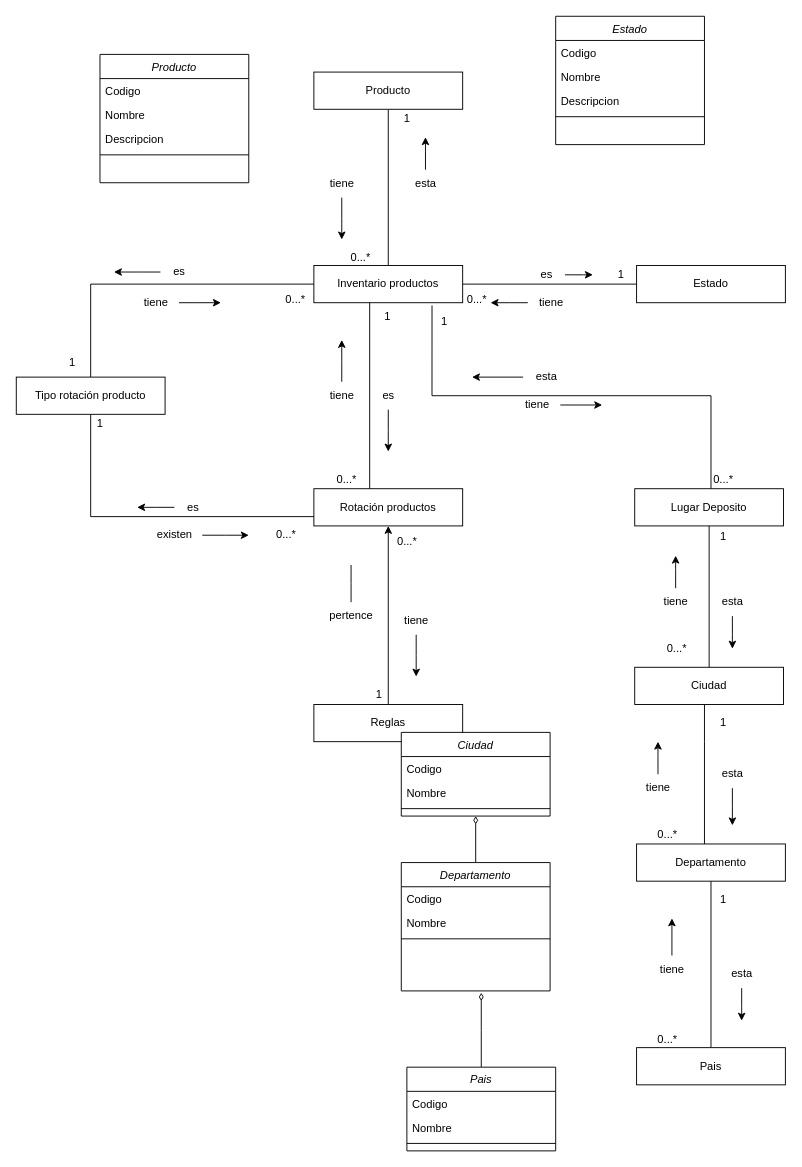
DOOPan2022/Presupuesto keeps this draw.io diagram as Extraclase/Modelo de dominio/Modelo de dominio detallado/detallado.drawio. Above is the earlier version. Source tidied: cells renumbered, new cells numbered last; positions are measured from the earlier drawing's top-left corner, leaving out a move shared by most shapes. Both pictures are drawn from the tidied source at 93%, with x=0, y=0 at pixel (16, 16).
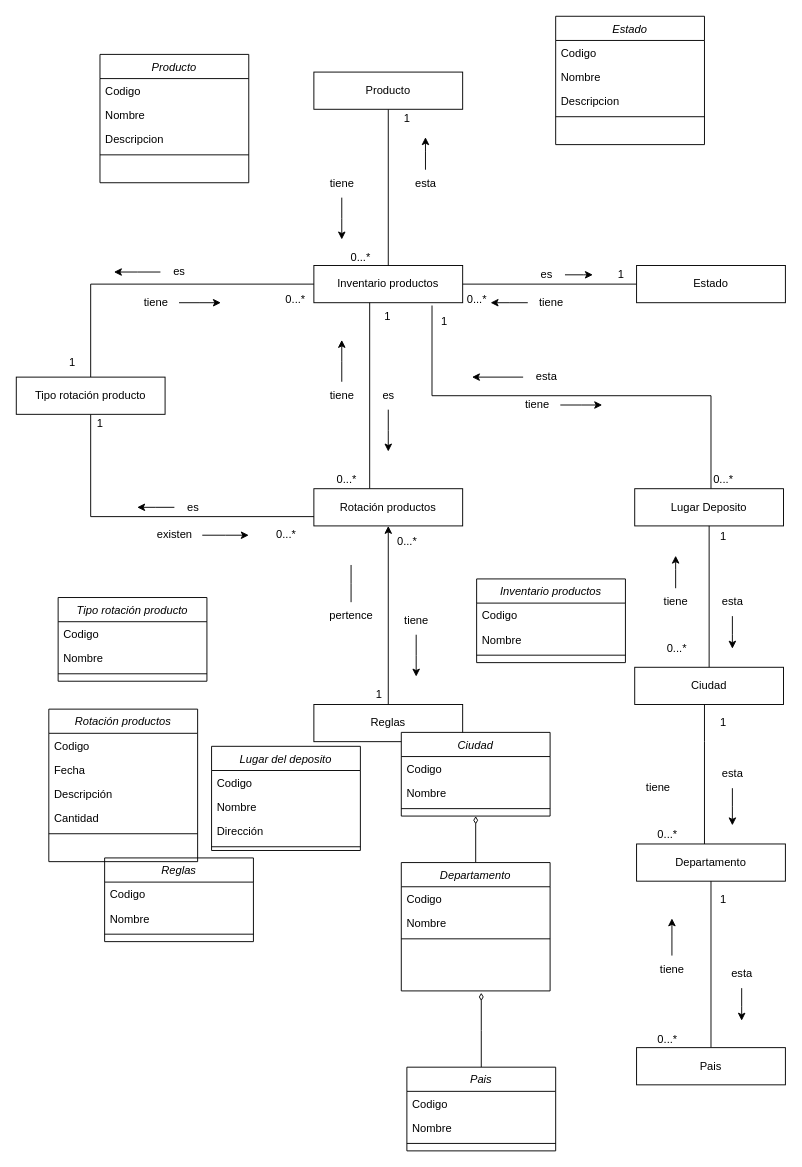
The same page after the edit.

The change refers to these unchanged cells:
```xml
<mxCell id="70" value="tiene" style="text;html=1;align=center;verticalAlign=middle;points=[];strokeColor=none;fillColor=none;" parent="1" vertex="1">
  <mxGeometry x="665" y="815" width="50" height="30" as="geometry" />
</mxCell>
```

The edit, as a diff of the source:
```diff
@@
-    <mxCell id="69" style="edgeStyle=orthogonalEdgeStyle;rounded=0;jettySize=auto;html=1;endArrow=classic;endFill=1;" parent="1" edge="1" source="70">
-      <mxGeometry relative="1" as="geometry">
-        <mxPoint x="690" y="780" as="targetPoint" />
-      </mxGeometry>
-    </mxCell>
@@
+    <mxCell id="106" value="Lugar del deposito" style="swimlane;fontStyle=2;align=center;verticalAlign=top;horizontal=1;startSize=26;rounded=0;shadow=0;strokeWidth=1;" parent="1" vertex="1">
+      <mxGeometry x="210" y="785" width="160" height="112" as="geometry" />
+    </mxCell>
+    <mxCell id="107" value="Codigo" style="text;align=left;verticalAlign=top;spacingLeft=4;spacingRight=4;overflow=hidden;" parent="106" vertex="1">
+      <mxGeometry y="26" width="160" height="26" as="geometry" />
+    </mxCell>
+    <mxCell id="108" value="Nombre" style="text;align=left;verticalAlign=top;spacingLeft=4;spacingRight=4;overflow=hidden;rounded=0;shadow=0;html=0;" parent="106" vertex="1">
+      <mxGeometry y="52" width="160" height="26" as="geometry" />
+    </mxCell>
+    <mxCell id="109" value="Dirección" style="text;align=left;verticalAlign=top;spacingLeft=4;spacingRight=4;overflow=hidden;rounded=0;shadow=0;html=0;" parent="106" vertex="1">
+      <mxGeometry y="78" width="160" height="26" as="geometry" />
+    </mxCell>
+    <mxCell id="110" style="line;html=1;strokeWidth=1;align=left;verticalAlign=middle;spacingTop=-1;spacingLeft=3;spacingRight=3;labelPosition=right;" parent="106" vertex="1">
+      <mxGeometry y="104" width="160" height="8" as="geometry" />
+    </mxCell>
+    <mxCell id="111" value="Reglas" style="swimlane;fontStyle=2;align=center;verticalAlign=top;horizontal=1;startSize=26;rounded=0;shadow=0;strokeWidth=1;" parent="1" vertex="1">
+      <mxGeometry x="95" y="905" width="160" height="90" as="geometry" />
+    </mxCell>
+    <mxCell id="112" value="Codigo" style="text;align=left;verticalAlign=top;spacingLeft=4;spacingRight=4;overflow=hidden;" parent="111" vertex="1">
+      <mxGeometry y="26" width="160" height="26" as="geometry" />
+    </mxCell>
+    <mxCell id="113" value="Nombre" style="text;align=left;verticalAlign=top;spacingLeft=4;spacingRight=4;overflow=hidden;rounded=0;shadow=0;html=0;" parent="111" vertex="1">
+      <mxGeometry y="52" width="160" height="26" as="geometry" />
+    </mxCell>
+    <mxCell id="114" style="line;html=1;strokeWidth=1;align=left;verticalAlign=middle;spacingTop=-1;spacingLeft=3;spacingRight=3;labelPosition=right;" parent="111" vertex="1">
+      <mxGeometry y="78" width="160" height="8" as="geometry" />
+    </mxCell>
+    <mxCell id="115" value="Rotación productos" style="swimlane;fontStyle=2;align=center;verticalAlign=top;horizontal=1;startSize=26;rounded=0;shadow=0;strokeWidth=1;" parent="1" vertex="1">
+      <mxGeometry x="35" y="745" width="160" height="164" as="geometry" />
+    </mxCell>
+    <mxCell id="116" value="Codigo" style="text;align=left;verticalAlign=top;spacingLeft=4;spacingRight=4;overflow=hidden;" parent="115" vertex="1">
+      <mxGeometry y="26" width="160" height="26" as="geometry" />
+    </mxCell>
+    <mxCell id="117" value="Fecha" style="text;align=left;verticalAlign=top;spacingLeft=4;spacingRight=4;overflow=hidden;rounded=0;shadow=0;html=0;" parent="115" vertex="1">
+      <mxGeometry y="52" width="160" height="26" as="geometry" />
+    </mxCell>
+    <mxCell id="118" value="Descripción" style="text;align=left;verticalAlign=top;spacingLeft=4;spacingRight=4;overflow=hidden;rounded=0;shadow=0;html=0;" parent="115" vertex="1">
+      <mxGeometry y="78" width="160" height="26" as="geometry" />
+    </mxCell>
+    <mxCell id="119" value="Cantidad" style="text;align=left;verticalAlign=top;spacingLeft=4;spacingRight=4;overflow=hidden;rounded=0;shadow=0;html=0;" parent="115" vertex="1">
+      <mxGeometry y="104" width="160" height="26" as="geometry" />
+    </mxCell>
+    <mxCell id="120" style="line;html=1;strokeWidth=1;align=left;verticalAlign=middle;spacingTop=-1;spacingLeft=3;spacingRight=3;labelPosition=right;" parent="115" vertex="1">
+      <mxGeometry y="130" width="160" height="8" as="geometry" />
+    </mxCell>
+    <mxCell id="121" value="Tipo rotación producto" style="swimlane;fontStyle=2;align=center;verticalAlign=top;horizontal=1;startSize=26;rounded=0;shadow=0;strokeWidth=1;" parent="1" vertex="1">
+      <mxGeometry x="45" y="625" width="160" height="90" as="geometry" />
+    </mxCell>
+    <mxCell id="122" value="Codigo" style="text;align=left;verticalAlign=top;spacingLeft=4;spacingRight=4;overflow=hidden;" parent="121" vertex="1">
+      <mxGeometry y="26" width="160" height="26" as="geometry" />
+    </mxCell>
+    <mxCell id="123" value="Nombre" style="text;align=left;verticalAlign=top;spacingLeft=4;spacingRight=4;overflow=hidden;rounded=0;shadow=0;html=0;" parent="121" vertex="1">
+      <mxGeometry y="52" width="160" height="26" as="geometry" />
+    </mxCell>
+    <mxCell id="124" style="line;html=1;strokeWidth=1;align=left;verticalAlign=middle;spacingTop=-1;spacingLeft=3;spacingRight=3;labelPosition=right;" parent="121" vertex="1">
+      <mxGeometry y="78" width="160" height="8" as="geometry" />
+    </mxCell>
+    <mxCell id="125" value="Inventario productos" style="swimlane;fontStyle=2;align=center;verticalAlign=top;horizontal=1;startSize=26;rounded=0;shadow=0;strokeWidth=1;" parent="1" vertex="1">
+      <mxGeometry x="495" y="605" width="160" height="90" as="geometry" />
+    </mxCell>
+    <mxCell id="126" value="Codigo" style="text;align=left;verticalAlign=top;spacingLeft=4;spacingRight=4;overflow=hidden;" parent="125" vertex="1">
+      <mxGeometry y="26" width="160" height="26" as="geometry" />
+    </mxCell>
+    <mxCell id="127" value="Nombre" style="text;align=left;verticalAlign=top;spacingLeft=4;spacingRight=4;overflow=hidden;rounded=0;shadow=0;html=0;" parent="125" vertex="1">
+      <mxGeometry y="52" width="160" height="26" as="geometry" />
+    </mxCell>
+    <mxCell id="128" style="line;html=1;strokeWidth=1;align=left;verticalAlign=middle;spacingTop=-1;spacingLeft=3;spacingRight=3;labelPosition=right;" parent="125" vertex="1">
+      <mxGeometry y="78" width="160" height="8" as="geometry" />
+    </mxCell>
```
